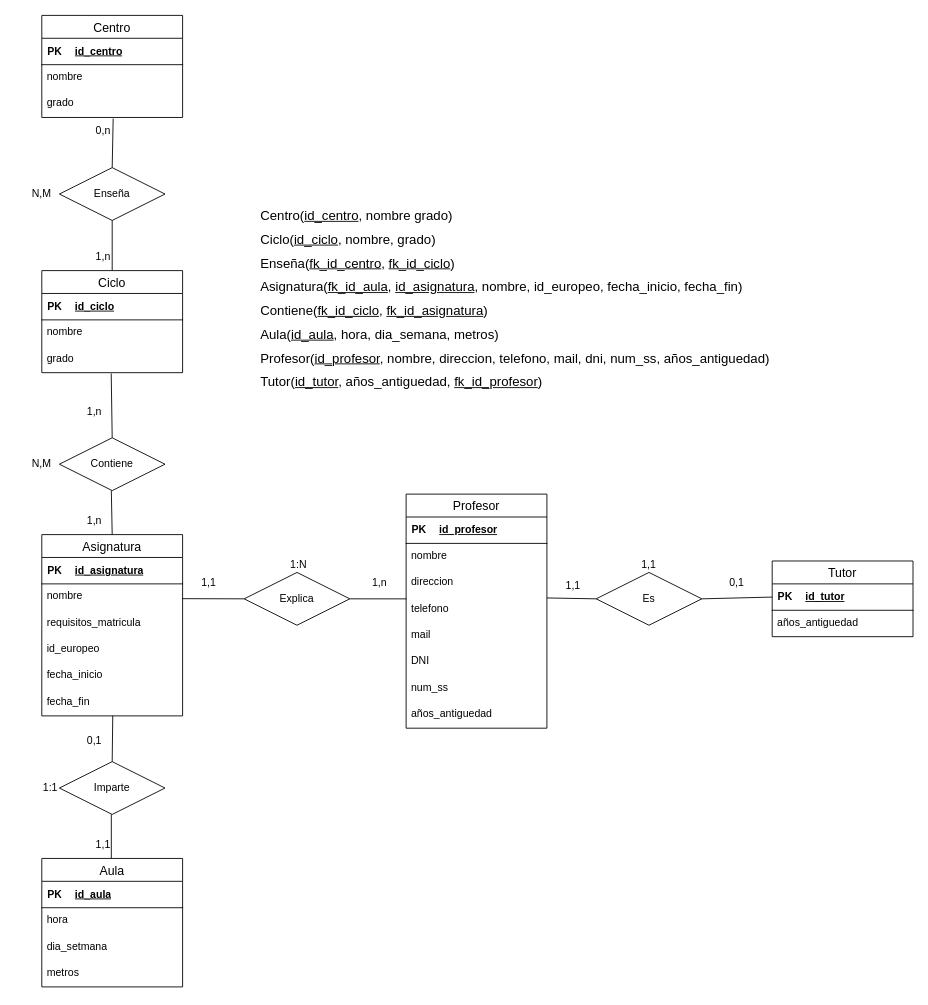
Daninuro/diagrames-cvf-dn-mpl-n-11102023 keeps this draw.io diagram as Ejercicio17.drawio. Above is the earlier version. Source tidied: cells renumbered, new cells numbered last; positions are measured from the earlier drawing's top-left corner, leaving out a move shared by most shapes. Both pictures are drawn from the tidied source at 88%, with x=0, y=0 at pixel (15, 15).
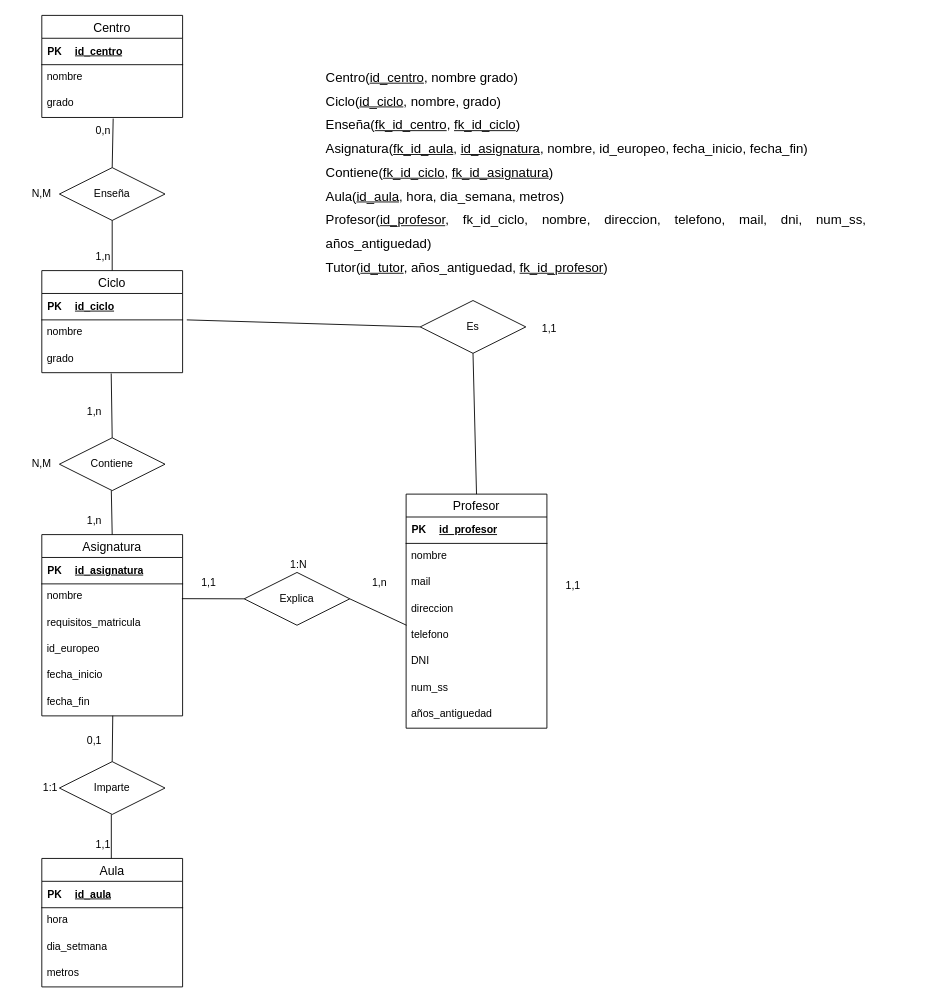
Above is the later version.

Unchanged cells that the change refers to:
```xml
<mxCell id="25" value="nombre" style="text;strokeColor=none;fillColor=none;spacingLeft=4;spacingRight=4;overflow=hidden;points=[[0,0.5],[1,0.5]];portConstraint=eastwest;fontSize=12;whiteSpace=wrap;html=1;" parent="20" vertex="1">
  <mxGeometry y="56" width="160" height="30" as="geometry" />
</mxCell>
<mxCell id="34" value="Profesor" style="swimlane;fontStyle=0;horizontal=1;startSize=26;align=center;fontSize=14;" parent="1" vertex="1">
  <mxGeometry x="444" y="544" width="160" height="266" as="geometry" />
</mxCell>
```

The edit, as a diff of the source:
```diff
@@
+    <mxCell id="42" value="mail" style="text;strokeColor=none;fillColor=none;spacingLeft=4;spacingRight=4;overflow=hidden;fontSize=12;whiteSpace=wrap;html=1;" parent="34" vertex="1">
+      <mxGeometry y="86" width="160" height="30" as="geometry" />
+    </mxCell>
     <mxCell id="40" value="direccion" style="text;strokeColor=none;fillColor=none;spacingLeft=4;spacingRight=4;overflow=hidden;fontSize=12;whiteSpace=wrap;html=1;" parent="34" vertex="1">
-      <mxGeometry y="86" width="160" height="30" as="geometry" />
+      <mxGeometry y="116" width="160" height="30" as="geometry" />
     </mxCell>
     <mxCell id="41" value="telefono" style="text;strokeColor=none;fillColor=none;spacingLeft=4;spacingRight=4;overflow=hidden;points=[[0,0.5],[1,0.5]];portConstraint=eastwest;fontSize=12;whiteSpace=wrap;html=1;" parent="34" vertex="1">
-      <mxGeometry y="116" width="160" height="30" as="geometry" />
+      <mxGeometry y="146" width="160" height="30" as="geometry" />
     </mxCell>
-    <mxCell id="42" value="mail" style="text;strokeColor=none;fillColor=none;spacingLeft=4;spacingRight=4;overflow=hidden;fontSize=12;whiteSpace=wrap;html=1;" parent="34" vertex="1">
-      <mxGeometry y="146" width="160" height="30" as="geometry" />
-    </mxCell>
@@
-    <mxCell id="46" value="Tutor" style="swimlane;fontStyle=0;horizontal=1;startSize=26;align=center;fontSize=14;" parent="1" vertex="1">
-      <mxGeometry x="860" y="620" width="160" height="86" as="geometry" />
-    </mxCell>
-    <mxCell id="47" style="shape=table;startSize=0;childLayout=tableLayout;rowLines=0;fontStyle=0;align=center;strokeColor=none;fillColor=none;" parent="46" vertex="1">
-      <mxGeometry y="26" width="160" height="30" as="geometry" />
-    </mxCell>
-    <mxCell id="48" style="shape=tableRow;horizontal=0;startSize=0;swimlaneHead=0;swimlaneBody=0;fillColor=none;points=[[0,0.5],[1,0.5]];portConstraint=eastwest;top=0;left=0;right=0;bottom=1;" parent="47" vertex="1">
-      <mxGeometry width="160" height="30" as="geometry" />
-    </mxCell>
-    <mxCell id="49" value="PK" style="shape=partialRectangle;fillColor=none;top=0;left=0;bottom=0;right=0;fontStyle=1;overflow=hidden;whiteSpace=wrap;html=1;" parent="48" vertex="1">
-      <mxGeometry width="30" height="30" as="geometry" />
-    </mxCell>
-    <mxCell id="50" value="id_tutor" style="shape=partialRectangle;fillColor=none;top=0;left=0;bottom=0;right=0;align=left;spacingLeft=6;fontStyle=5;overflow=hidden;whiteSpace=wrap;html=1;" parent="48" vertex="1">
-      <mxGeometry x="30" width="130" height="30" as="geometry" />
-    </mxCell>
-    <mxCell id="51" value="años_antiguedad" style="text;strokeColor=none;fillColor=none;spacingLeft=4;spacingRight=4;overflow=hidden;fontSize=12;whiteSpace=wrap;html=1;" parent="46" vertex="1">
-      <mxGeometry y="56" width="160" height="30" as="geometry" />
-    </mxCell>
@@
     <mxCell id="56" value="Es" style="shape=rhombus;perimeter=rhombusPerimeter;whiteSpace=wrap;html=1;align=center;" parent="1" vertex="1">
-      <mxGeometry x="660" y="633" width="120" height="60" as="geometry" />
+      <mxGeometry x="460" y="324" width="120" height="60" as="geometry" />
     </mxCell>
@@
-    <mxCell id="68" style="endArrow=none;html=1;rounded=0;exitX=1;exitY=0.5;exitDx=0;exitDy=0;entryX=0;entryY=0.5;entryDx=0;entryDy=0;" parent="1" edge="1" target="56">
-      <mxGeometry relative="1" as="geometry">
-        <mxPoint x="604" y="662" as="sourcePoint" />
-      </mxGeometry>
+    <mxCell id="68" style="endArrow=none;html=1;rounded=0;exitX=0.5;exitY=0;exitDx=0;exitDy=0;entryX=0.5;entryY=1;entryDx=0;entryDy=0;" parent="1" edge="1" source="34" target="56">
+      <mxGeometry relative="1" as="geometry" />
     </mxCell>
-    <mxCell id="69" style="endArrow=none;html=1;rounded=0;exitX=1;exitY=0.5;exitDx=0;exitDy=0;entryX=0;entryY=0.5;entryDx=0;entryDy=0;" parent="1" edge="1" source="56" target="48">
-      <mxGeometry relative="1" as="geometry" />
-    </mxCell>
     <mxCell id="70" value="1,1" style="text;html=1;strokeColor=none;fillColor=none;align=center;verticalAlign=middle;whiteSpace=wrap;rounded=0;" parent="1" vertex="1">
-      <mxGeometry x="690" y="610" width="60" height="30" as="geometry" />
+      <mxGeometry x="577" y="341" width="60" height="30" as="geometry" />
     </mxCell>
@@
-    <mxCell id="73" value="0,1" style="text;html=1;strokeColor=none;fillColor=none;align=center;verticalAlign=middle;whiteSpace=wrap;rounded=0;" parent="1" vertex="1">
-      <mxGeometry x="790" y="630" width="60" height="30" as="geometry" />
-    </mxCell>
@@
-    <mxCell id="82" value="&lt;div style=&quot;text-align: justify; line-height: 180%; font-size: 15px;&quot;&gt;&lt;span style=&quot;background-color: initial; --darkreader-inline-bgcolor: initial;&quot;&gt;&lt;font style=&quot;font-size: 15px;&quot;&gt;Centro(&lt;u style=&quot;&quot;&gt;id_centro&lt;/u&gt;, nombre grado)&lt;/font&gt;&lt;/span&gt;&lt;/div&gt;&lt;font style=&quot;font-size: 15px;&quot;&gt;&lt;div style=&quot;text-align: justify; line-height: 180%;&quot;&gt;&lt;span style=&quot;background-color: initial; --darkreader-inline-bgcolor: initial;&quot;&gt;Ciclo(&lt;u&gt;id_ciclo&lt;/u&gt;, nombre, grado)&lt;/span&gt;&lt;/div&gt;&lt;div style=&quot;text-align: justify; line-height: 180%;&quot;&gt;&lt;span style=&quot;background-color: initial; --darkreader-inline-bgcolor: initial;&quot;&gt;Enseña(&lt;u&gt;fk_id_centro&lt;/u&gt;, &lt;u&gt;fk_id_ciclo&lt;/u&gt;)&lt;/span&gt;&lt;/div&gt;&lt;div style=&quot;text-align: justify; line-height: 180%;&quot;&gt;&lt;span style=&quot;background-color: initial; --darkreader-inline-bgcolor: initial;&quot;&gt;Asignatura(&lt;u&gt;fk_id_aula&lt;/u&gt;,&amp;nbsp;&lt;u&gt;id_asignatura&lt;/u&gt;, nombre, id_europeo, fecha_inicio, fecha_fin)&lt;/span&gt;&lt;/div&gt;&lt;div style=&quot;text-align: justify; line-height: 180%;&quot;&gt;Contiene(&lt;u style=&quot;border-color: var(--border-color); --darkreader-inline-border: var(--darkreader-border--border-color);&quot;&gt;fk_id_ciclo&lt;/u&gt;,&amp;nbsp;&lt;u style=&quot;border-color: var(--border-color); --darkreader-inline-border: var(--darkreader-border--border-color);&quot;&gt;fk_id_asignatura&lt;/u&gt;)&lt;span style=&quot;background-color: initial; --darkreader-inline-bgcolor: initial;&quot;&gt;&lt;br&gt;&lt;/span&gt;&lt;/div&gt;&lt;div style=&quot;text-align: justify; line-height: 180%;&quot;&gt;&lt;span style=&quot;background-color: initial; --darkreader-inline-bgcolor: initial;&quot;&gt;Aula(&lt;u&gt;id_aula&lt;/u&gt;, hora, dia_semana, metros)&lt;/span&gt;&lt;/div&gt;&lt;div style=&quot;text-align: justify; line-height: 180%;&quot;&gt;&lt;span style=&quot;background-color: initial; --darkreader-inline-bgcolor: initial;&quot;&gt;Profesor(&lt;u&gt;id_profesor&lt;/u&gt;, nombre, direccion, telefono, mail, dni, num_ss, años_antiguedad)&lt;/span&gt;&lt;/div&gt;&lt;div style=&quot;text-align: justify; line-height: 180%;&quot;&gt;&lt;span style=&quot;background-color: initial; --darkreader-inline-bgcolor: initial;&quot;&gt;Tutor(&lt;u style=&quot;&quot;&gt;id_tutor&lt;/u&gt;, años_antiguedad, &lt;u style=&quot;&quot;&gt;fk_id_profesor&lt;/u&gt;)&lt;/span&gt;&lt;/div&gt;&lt;/font&gt;" style="text;html=1;strokeColor=none;fillColor=none;align=center;verticalAlign=middle;whiteSpace=wrap;rounded=0;" parent="1" vertex="1">
-      <mxGeometry x="260" y="206" width="616" height="230" as="geometry" />
+    <mxCell id="82" value="&lt;div style=&quot;text-align: justify; line-height: 180%; font-size: 15px;&quot;&gt;&lt;span style=&quot;background-color: initial; --darkreader-inline-bgcolor: initial;&quot;&gt;&lt;font style=&quot;font-size: 15px;&quot;&gt;Centro(&lt;u style=&quot;&quot;&gt;id_centro&lt;/u&gt;, nombre grado)&lt;/font&gt;&lt;/span&gt;&lt;/div&gt;&lt;font style=&quot;font-size: 15px;&quot;&gt;&lt;div style=&quot;text-align: justify; line-height: 180%;&quot;&gt;&lt;span style=&quot;background-color: initial; --darkreader-inline-bgcolor: initial;&quot;&gt;Ciclo(&lt;u&gt;id_ciclo&lt;/u&gt;, nombre, grado)&lt;/span&gt;&lt;/div&gt;&lt;div style=&quot;text-align: justify; line-height: 180%;&quot;&gt;&lt;span style=&quot;background-color: initial; --darkreader-inline-bgcolor: initial;&quot;&gt;Enseña(&lt;u&gt;fk_id_centro&lt;/u&gt;, &lt;u&gt;fk_id_ciclo&lt;/u&gt;)&lt;/span&gt;&lt;/div&gt;&lt;div style=&quot;text-align: justify; line-height: 180%;&quot;&gt;&lt;span style=&quot;background-color: initial; --darkreader-inline-bgcolor: initial;&quot;&gt;Asignatura(&lt;u&gt;fk_id_aula&lt;/u&gt;,&amp;nbsp;&lt;u&gt;id_asignatura&lt;/u&gt;, nombre, id_europeo, fecha_inicio, fecha_fin)&lt;/span&gt;&lt;/div&gt;&lt;div style=&quot;text-align: justify; line-height: 180%;&quot;&gt;Contiene(&lt;u style=&quot;border-color: var(--border-color); --darkreader-inline-border: var(--darkreader-border--border-color);&quot;&gt;fk_id_ciclo&lt;/u&gt;,&amp;nbsp;&lt;u style=&quot;border-color: var(--border-color); --darkreader-inline-border: var(--darkreader-border--border-color);&quot;&gt;fk_id_asignatura&lt;/u&gt;)&lt;span style=&quot;background-color: initial; --darkreader-inline-bgcolor: initial;&quot;&gt;&lt;br&gt;&lt;/span&gt;&lt;/div&gt;&lt;div style=&quot;text-align: justify; line-height: 180%;&quot;&gt;&lt;span style=&quot;background-color: initial; --darkreader-inline-bgcolor: initial;&quot;&gt;Aula(&lt;u&gt;id_aula&lt;/u&gt;, hora, dia_semana, metros)&lt;/span&gt;&lt;/div&gt;&lt;div style=&quot;text-align: justify; line-height: 180%;&quot;&gt;&lt;span style=&quot;background-color: initial; --darkreader-inline-bgcolor: initial;&quot;&gt;Profesor(&lt;u&gt;id_profesor&lt;/u&gt;, fk_id_ciclo, nombre, direccion, telefono, mail, dni, num_ss, años_antiguedad)&lt;/span&gt;&lt;/div&gt;&lt;div style=&quot;text-align: justify; line-height: 180%;&quot;&gt;&lt;span style=&quot;background-color: initial; --darkreader-inline-bgcolor: initial;&quot;&gt;Tutor(&lt;u style=&quot;&quot;&gt;id_tutor&lt;/u&gt;, años_antiguedad, &lt;u style=&quot;&quot;&gt;fk_id_profesor&lt;/u&gt;)&lt;/span&gt;&lt;/div&gt;&lt;/font&gt;" style="text;html=1;strokeColor=none;fillColor=none;align=center;verticalAlign=middle;whiteSpace=wrap;rounded=0;" parent="1" vertex="1">
+      <mxGeometry x="352" y="63" width="616" height="230" as="geometry" />
     </mxCell>
+    <mxCell id="83" style="endArrow=none;html=1;rounded=0;exitX=0;exitY=0.5;exitDx=0;exitDy=0;entryX=1.03;entryY=0;entryDx=0;entryDy=0;entryPerimeter=0;" parent="1" edge="1" source="56" target="25">
+      <mxGeometry relative="1" as="geometry" />
+    </mxCell>
```
